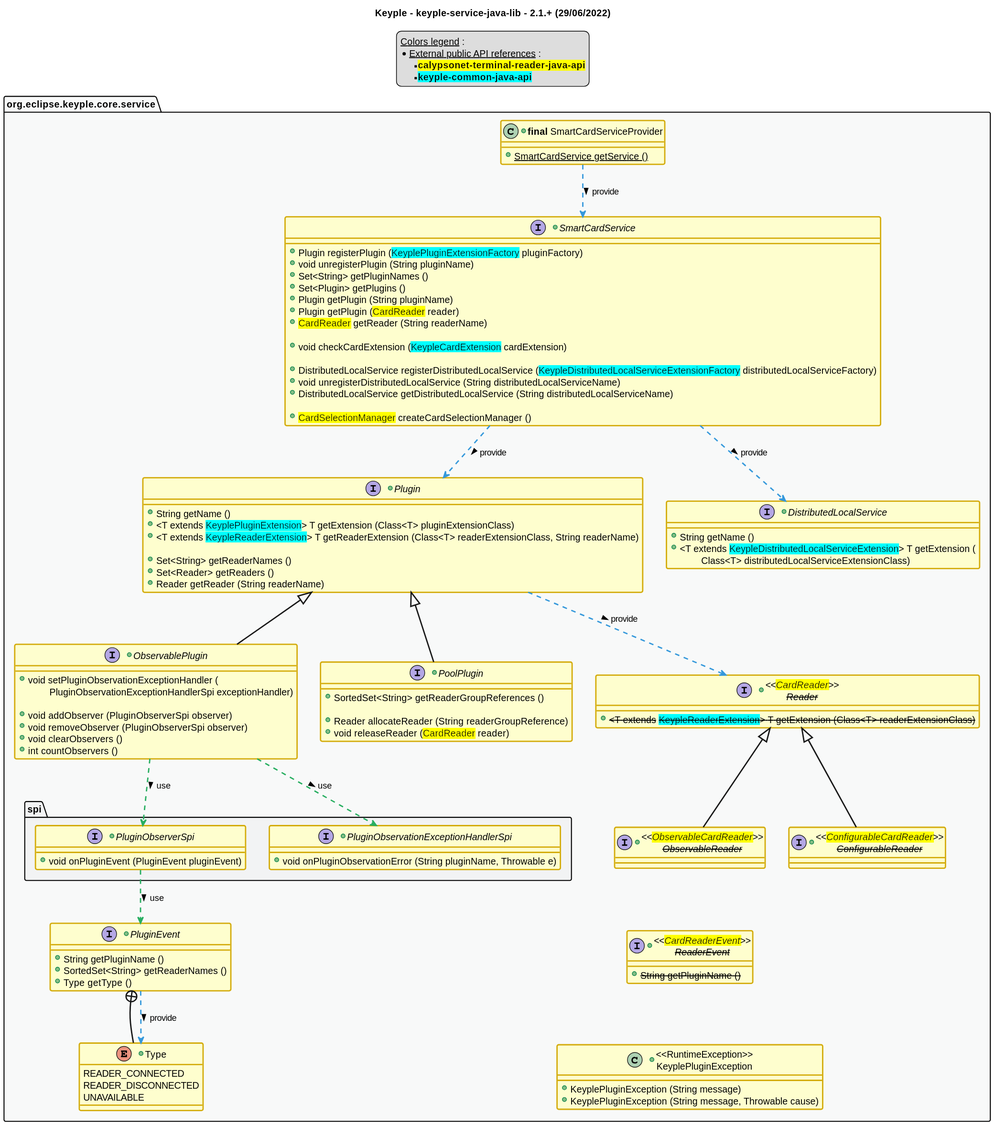
Above: src/main/uml/api_class_diagram.svg in eclipse-keyple/keyple-service-java-lib (PlantUML), before the change.
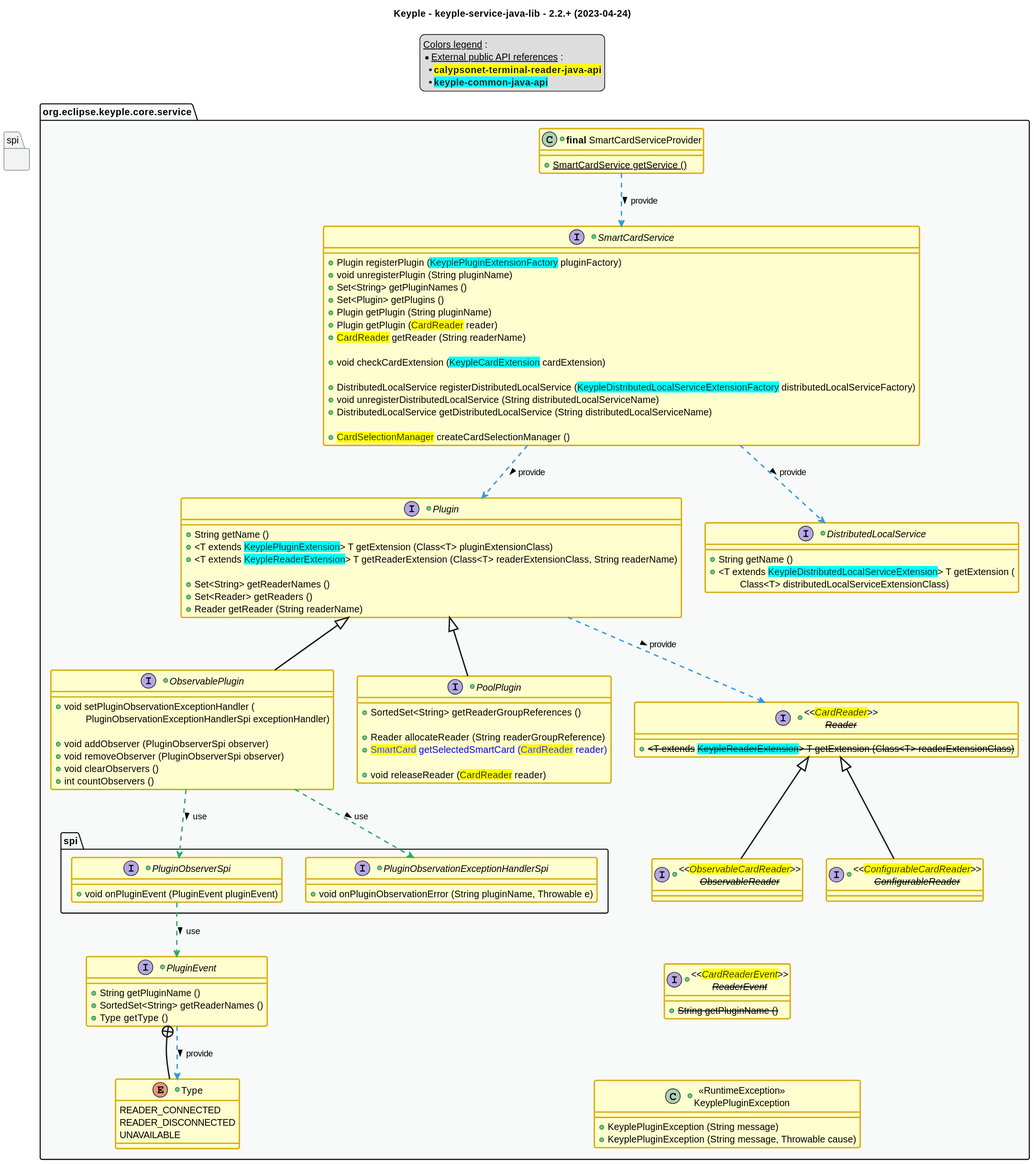
After the change.

Diff of the diagram source:
```diff
@@ -1,6 +1,6 @@
 @startuml
 title
-    Keyple - keyple-service-java-lib - 2.1.+ (29/06/2022)
+    Keyple - keyple-service-java-lib - 2.2.+ (2023-04-24)
 end title
 
 
@@ -95,6 +95,8 @@
         +SortedSet<String> getReaderGroupReferences ()
 
         +Reader allocateReader (String readerGroupReference)
+        +<color:blue><back:yellow>SmartCard</back> getSelectedSmartCard (<back:yellow>CardReader</back> reader)
+
         +void releaseReader (<back:yellow>CardReader</back> reader)
     }
     +interface "<<<back:yellow>CardReader</back>>>\n<s>Reader</s>" as Reader {
@@ -155,5 +157,4 @@
 
 package service #C_GREY1 {}
 package spi #C_GREY2 {}
-
 @enduml
```
